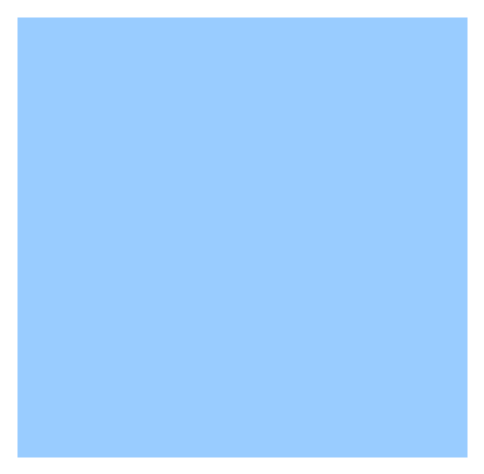
This is 数据检索与维修数据服/未命名绘图.drawio from DemonHan/KuickBuy, a draw.io file, before an edit. Source tidied: cells renumbered, new cells numbered last; positions are measured from the earlier drawing's top-left corner, leaving out a move shared by most shapes. Both pictures are drawn from the tidied source at 100%, with x=0, y=0 at pixel (17, 17).
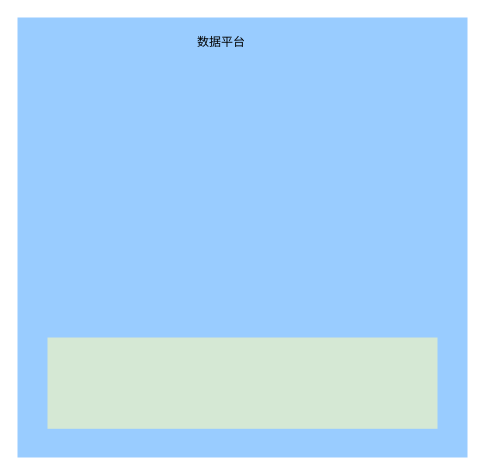
After the change.

Commit message (it also covers changes not shown here):
更新未命名绘图.drawio

Change to the diagram source:
```diff
@@
 <mxGraphModel>
   <root>
     <mxCell id="0" />
     <mxCell id="1" parent="0" />
     <mxCell id="2" style="rounded=0;whiteSpace=wrap;html=1;fillColor=#99CCFF;strokeColor=none;" parent="1" vertex="1">
       <mxGeometry width="450" height="440" as="geometry" />
     </mxCell>
+    <mxCell id="3" style="rounded=0;whiteSpace=wrap;html=1;fillColor=#d5e8d4;strokeColor=none;" parent="1" vertex="1">
+      <mxGeometry x="30" y="320" width="390" height="91.3" as="geometry" />
+    </mxCell>
+    <mxCell id="4" value="数据平台" style="text;html=1;align=center;verticalAlign=middle;whiteSpace=wrap;rounded=0;" parent="1" vertex="1">
+      <mxGeometry x="174" y="10" width="60" height="30" as="geometry" />
+    </mxCell>
   </root>
 </mxGraphModel>
```
